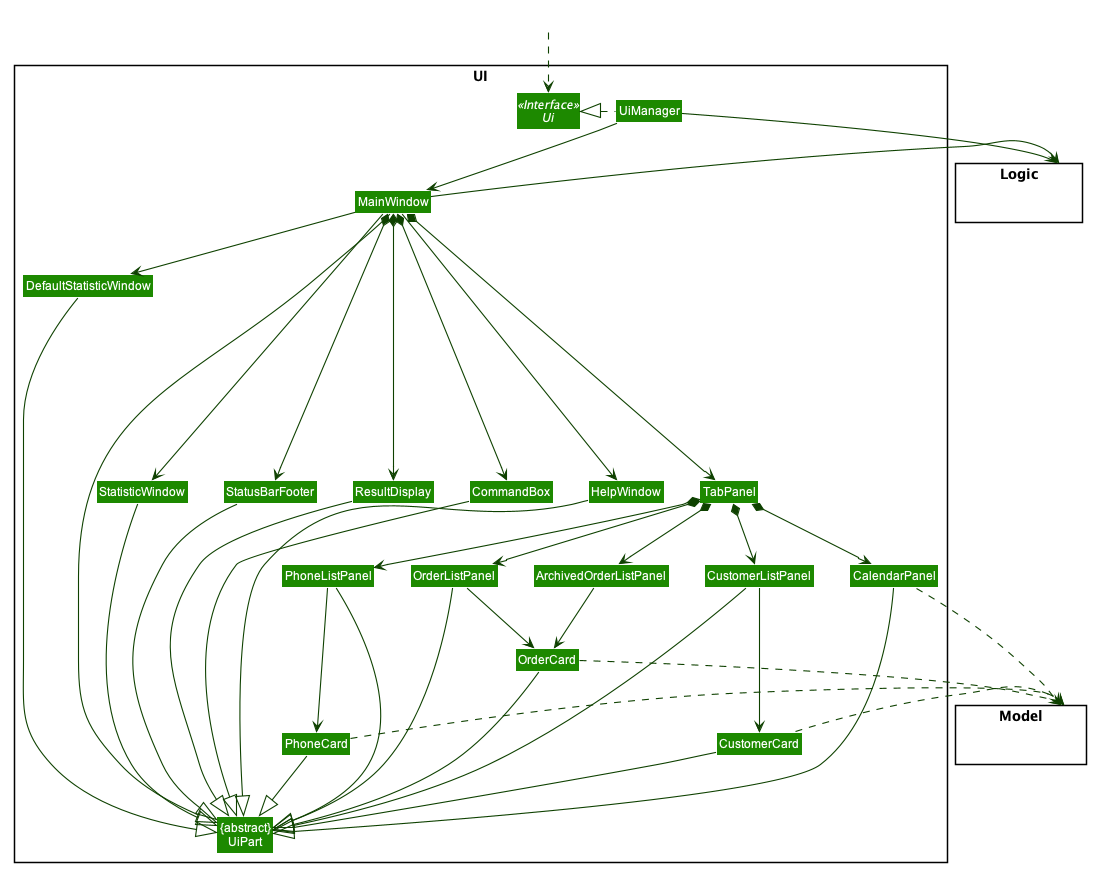
nus-cs2103-AY1920S1/addressbook-level3 keeps this PlantUML diagram as docs/images/UiClassDiagram.png. Above is the earlier version.
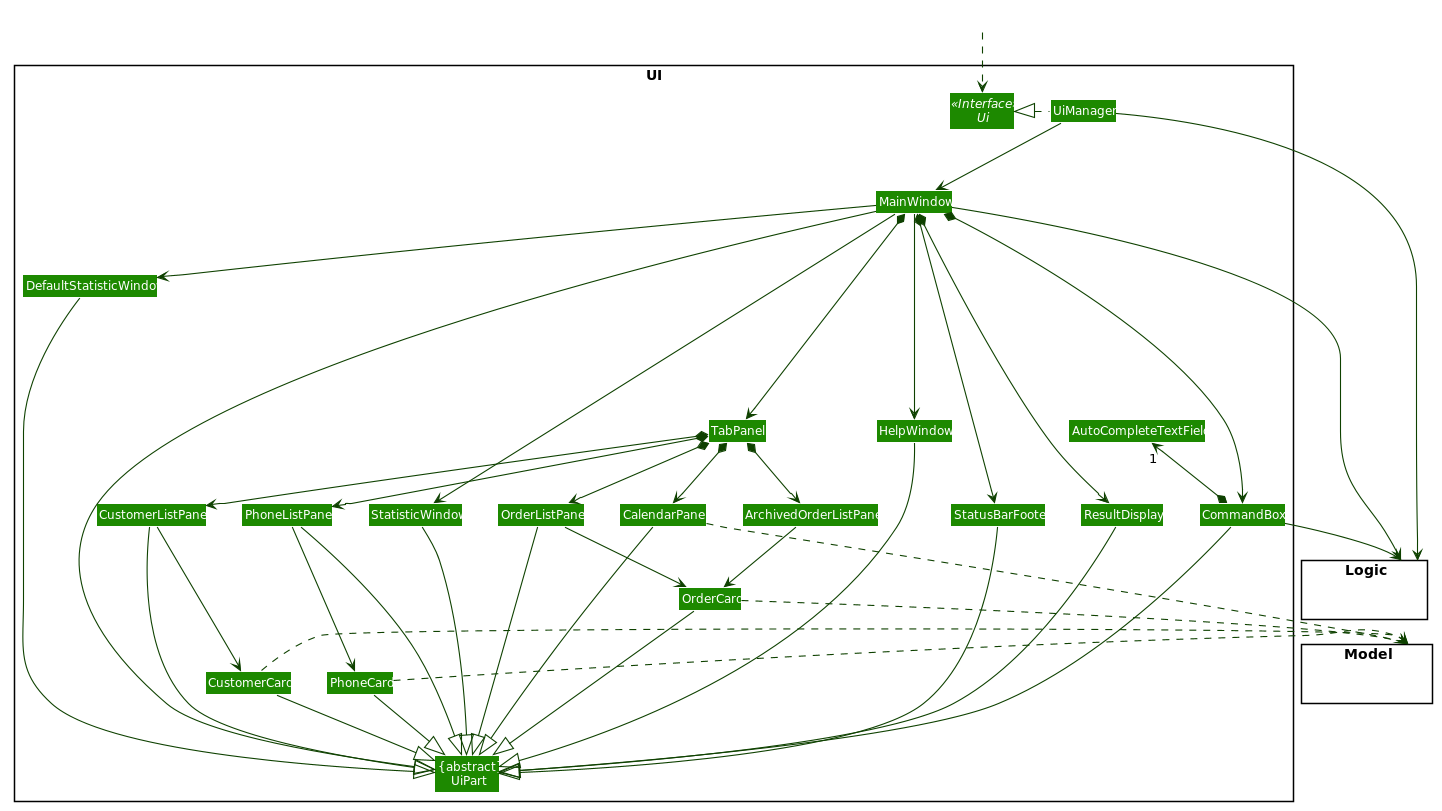
After the commit.

Change to the diagram source:
```diff
@@ -72,6 +72,8 @@
 Class TabPanel
 Class StatisticWindow
 Class DefaultStatisticWindow
+
+Class AutoCompleteTextField
 }
 
 package Model <<Rectangle>> {
@@ -139,5 +141,10 @@
 ResultDisplay -[hidden]left- StatusBarFooter
 StatisticWindow -[hidden]right- StatusBarFooter
 
+CommandBox *-up-> "1" AutoCompleteTextField
+CommandBox --> Logic
+
+CommandBox -left[Hidden]--> TabPanel
+
 MainWindow -[hidden]-|> UiPart
 @enduml
```
